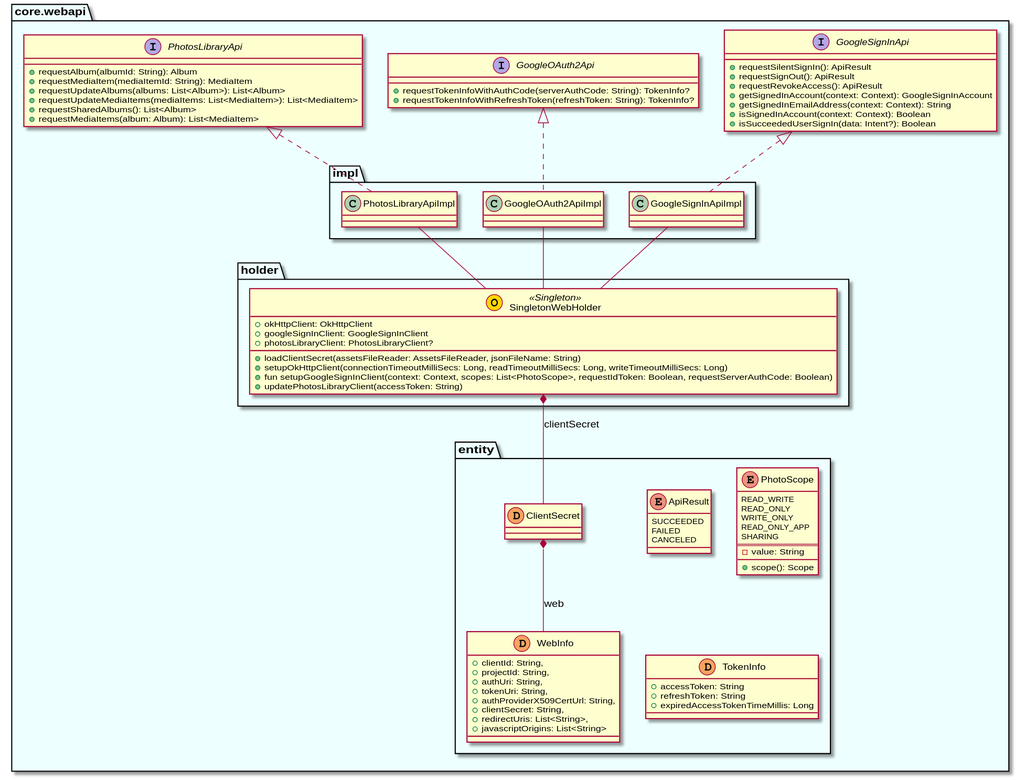
The PlantUML diagram uml/webapi/class_diagram_webapi.svg in sallyluenoa/PhotoSlideShow, before a commit.
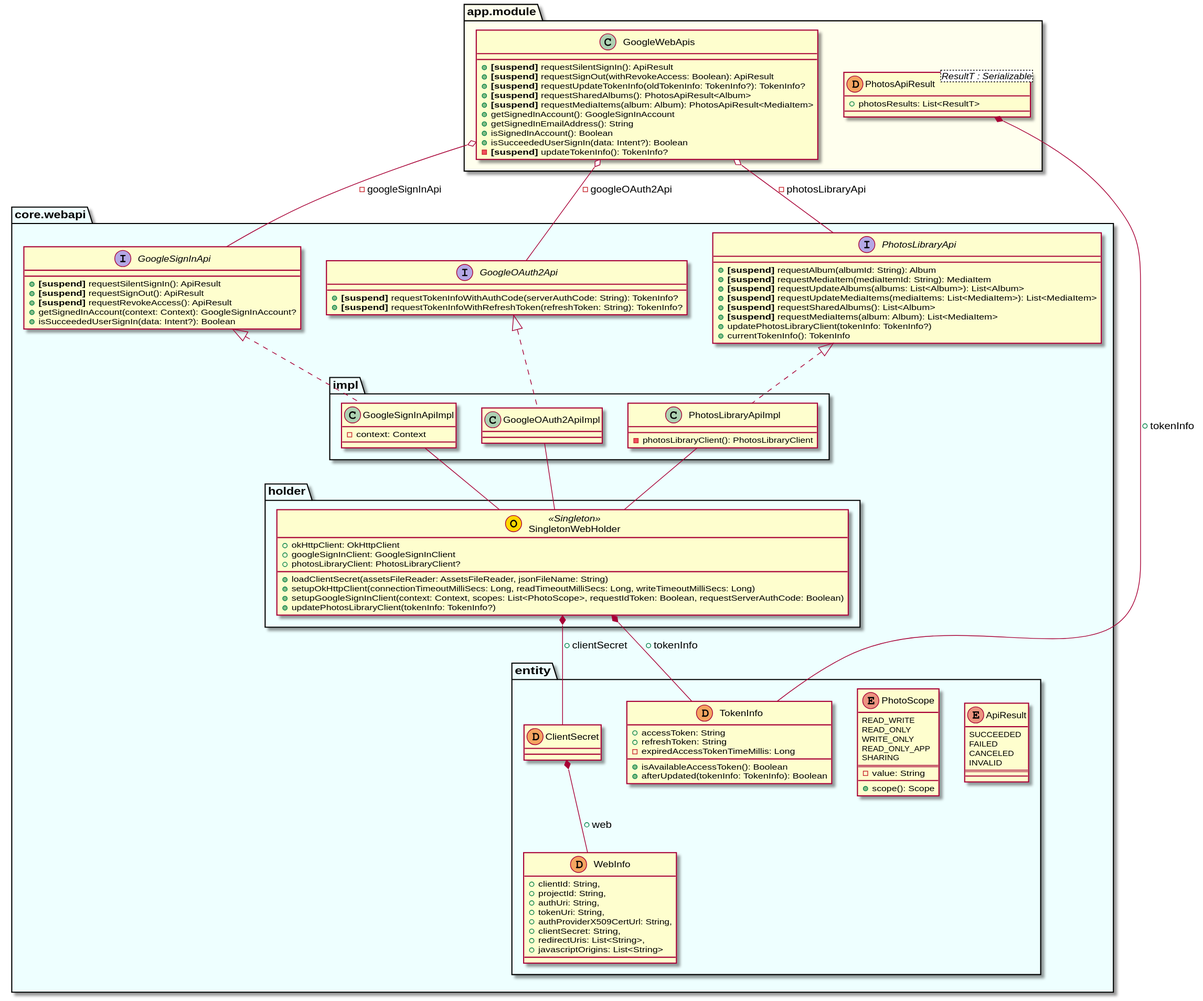
The same diagram one commit later.

What changed in the source:
```diff
@@ -6,6 +6,9 @@
       SUCCEEDED
       FAILED
       CANCELED
+      INVALID
+      ==
+      __
     }
     enum PhotoScope {
       READ_WRITE
@@ -32,10 +35,12 @@
     class TokenInfo << (D, sandybrown) >> {
       + accessToken: String
       + refreshToken: String
-      + expiredAccessTokenTimeMillis: Long
+      - expiredAccessTokenTimeMillis: Long
+      + isAvailableAccessToken(): Boolean
+      + afterUpdated(tokenInfo: TokenInfo): Boolean
     }
 
-    ClientSecret *-- WebInfo: web
+    ClientSecret *-- WebInfo: + web
   }
 
   namespace holder {
@@ -43,44 +48,67 @@
       + okHttpClient: OkHttpClient
       + googleSignInClient: GoogleSignInClient
       + photosLibraryClient: PhotosLibraryClient?
-
       + loadClientSecret(assetsFileReader: AssetsFileReader, jsonFileName: String)
       + setupOkHttpClient(connectionTimeoutMilliSecs: Long, readTimeoutMilliSecs: Long, writeTimeoutMilliSecs: Long)
-      + fun setupGoogleSignInClient(context: Context, scopes: List<PhotoScope>, requestIdToken: Boolean, requestServerAuthCode: Boolean)
-      + updatePhotosLibraryClient(accessToken: String)
+      + setupGoogleSignInClient(context: Context, scopes: List<PhotoScope>, requestIdToken: Boolean, requestServerAuthCode: Boolean)
+      + updatePhotosLibraryClient(tokenInfo: TokenInfo?)
     }
   }
 
   namespace impl {
-    class GoogleSignInApiImpl
+    class GoogleSignInApiImpl {
+      - context: Context
+    }
     class GoogleOAuth2ApiImpl
-    class PhotosLibraryApiImpl
+    class PhotosLibraryApiImpl {
+      - photosLibraryClient(): PhotosLibraryClient
+    }
   }
 
   interface GoogleSignInApi {
-    + requestSilentSignIn(): ApiResult
-    + requestSignOut(): ApiResult
-    + requestRevokeAccess(): ApiResult
-    + getSignedInAccount(context: Context): GoogleSignInAccount
-    + getSignedInEmailAddress(context: Context): String
-    + isSignedInAccount(context: Context): Boolean
+    + <B>[suspend]</B> requestSilentSignIn(): ApiResult
+    + <B>[suspend]</B> requestSignOut(): ApiResult
+    + <B>[suspend]</B> requestRevokeAccess(): ApiResult
+    + getSignedInAccount(context: Context): GoogleSignInAccount?
     + isSucceededUserSignIn(data: Intent?): Boolean
   }
   interface GoogleOAuth2Api {
-    + requestTokenInfoWithAuthCode(serverAuthCode: String): TokenInfo?
-    + requestTokenInfoWithRefreshToken(refreshToken: String): TokenInfo?
+    + <B>[suspend]</B> requestTokenInfoWithAuthCode(serverAuthCode: String): TokenInfo?
+    + <B>[suspend]</B> requestTokenInfoWithRefreshToken(refreshToken: String): TokenInfo?
   }
   interface PhotosLibraryApi {
-    + requestAlbum(albumId: String): Album
-    + requestMediaItem(mediaItemId: String): MediaItem
-    + requestUpdateAlbums(albums: List<Album>): List<Album>
-    + requestUpdateMediaItems(mediaItems: List<MediaItem>): List<MediaItem>
-    + requestSharedAlbums(): List<Album>
-    + requestMediaItems(album: Album): List<MediaItem>
+    + <B>[suspend]</B> requestAlbum(albumId: String): Album
+    + <B>[suspend]</B> requestMediaItem(mediaItemId: String): MediaItem
+    + <B>[suspend]</B> requestUpdateAlbums(albums: List<Album>): List<Album>
+    + <B>[suspend]</B> requestUpdateMediaItems(mediaItems: List<MediaItem>): List<MediaItem>
+    + <B>[suspend]</B> requestSharedAlbums(): List<Album>
+    + <B>[suspend]</B> requestMediaItems(album: Album): List<MediaItem>
+    + updatePhotosLibraryClient(tokenInfo: TokenInfo?)
+    + currentTokenInfo(): TokenInfo
   }
 }
 
-core.webapi.holder.SingletonWebHolder *-- core.webapi.entity.ClientSecret: clientSecret
+namespace app.module #FFFFEE {
+  class PhotosApiResult<ResultT : Serializable> << (D, sandybrown) >> {
+    + photosResults: List<ResultT>
+  }
+  class GoogleWebApis {
+    + <B>[suspend]</B> requestSilentSignIn(): ApiResult
+    + <B>[suspend]</B> requestSignOut(withRevokeAccess: Boolean): ApiResult
+    + <B>[suspend]</B> requestUpdateTokenInfo(oldTokenInfo: TokenInfo?): TokenInfo?
+    + <B>[suspend]</B> requestSharedAlbums(): PhotosApiResult<Album>
+    + <B>[suspend]</B> requestMediaItems(album: Album): PhotosApiResult<MediaItem>
+    + getSignedInAccount(): GoogleSignInAccount
+    + getSignedInEmailAddress(): String
+    + isSignedInAccount(): Boolean
+    + isSucceededUserSignIn(data: Intent?): Boolean
+    - <B>[suspend]</B> updateTokenInfo(): TokenInfo?
+  }
+}
+
+app.module.PhotosApiResult *-- core.webapi.entity.TokenInfo: + tokenInfo
+core.webapi.holder.SingletonWebHolder *-- core.webapi.entity.TokenInfo: + tokenInfo
+core.webapi.holder.SingletonWebHolder *-- core.webapi.entity.ClientSecret: + clientSecret
 
 core.webapi.impl.GoogleSignInApiImpl -- core.webapi.holder.SingletonWebHolder
 core.webapi.impl.GoogleOAuth2ApiImpl -- core.webapi.holder.SingletonWebHolder
@@ -89,4 +117,8 @@
 core.webapi.GoogleSignInApi <|.. core.webapi.impl.GoogleSignInApiImpl
 core.webapi.GoogleOAuth2Api <|.. core.webapi.impl.GoogleOAuth2ApiImpl
 core.webapi.PhotosLibraryApi <|.. core.webapi.impl.PhotosLibraryApiImpl
+
+app.module.GoogleWebApis o-- core.webapi.GoogleSignInApi: - googleSignInApi
+app.module.GoogleWebApis o-- core.webapi.GoogleOAuth2Api: - googleOAuth2Api
+app.module.GoogleWebApis o-- core.webapi.PhotosLibraryApi: - photosLibraryApi
 @enduml
```
